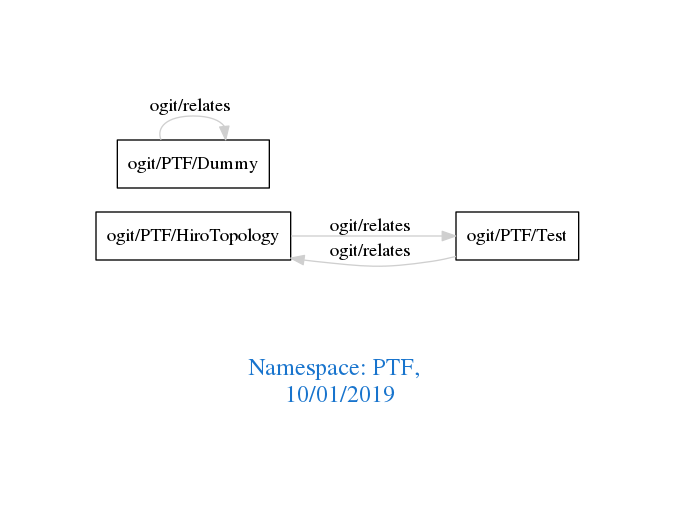
This is downloads/PTF.png from arago/OGIT, a Graphviz export, as it was before one commit. Its source is kept beside it as downloads/PTF.dot.
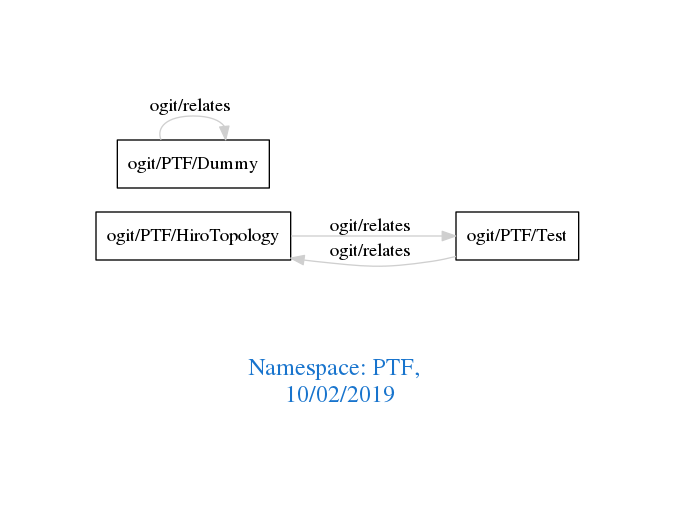
After the commit.

The edit, as a diff of the source:
```diff
@@ -1,7 +1,7 @@
 digraph OGIT_ontology {
  graph [ rankdir= LR,pad=1
 fontsize = 18,
-fontcolor= dodgerblue3,label = "\n\n\nNamespace: PTF, \n 10/01/2019"];
+fontcolor= dodgerblue3,label = "\n\n\nNamespace: PTF, \n 10/02/2019"];
 node[shape=polygon];
 edge [  color="gray81"];
 
```
